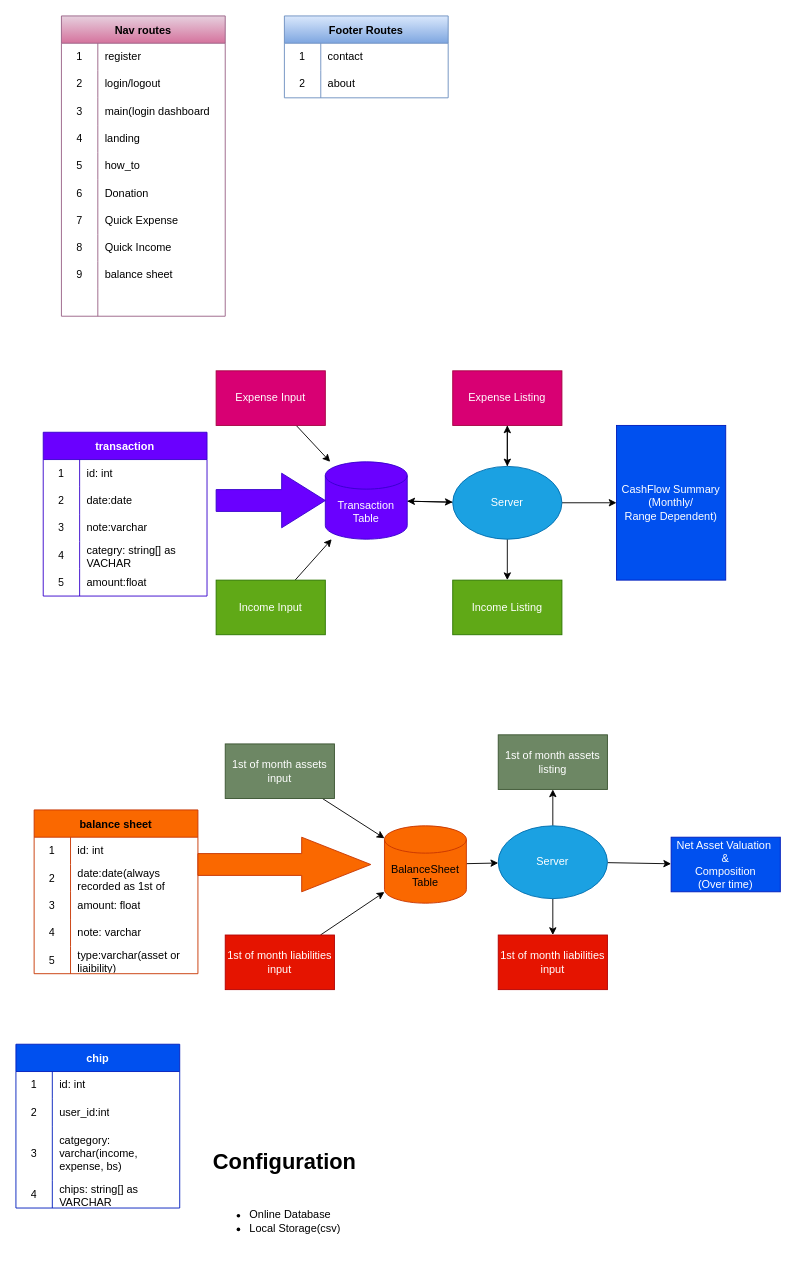
Earlier version of the draw.io diagram cashamole.drawio (drbenn/cashamole-v1-angular). Source tidied: cells renumbered, new cells numbered last; positions are measured from the earlier drawing's top-left corner, leaving out a move shared by most shapes. Both pictures are drawn from the tidied source at 91%, with x=0, y=0 at pixel (15, 15).
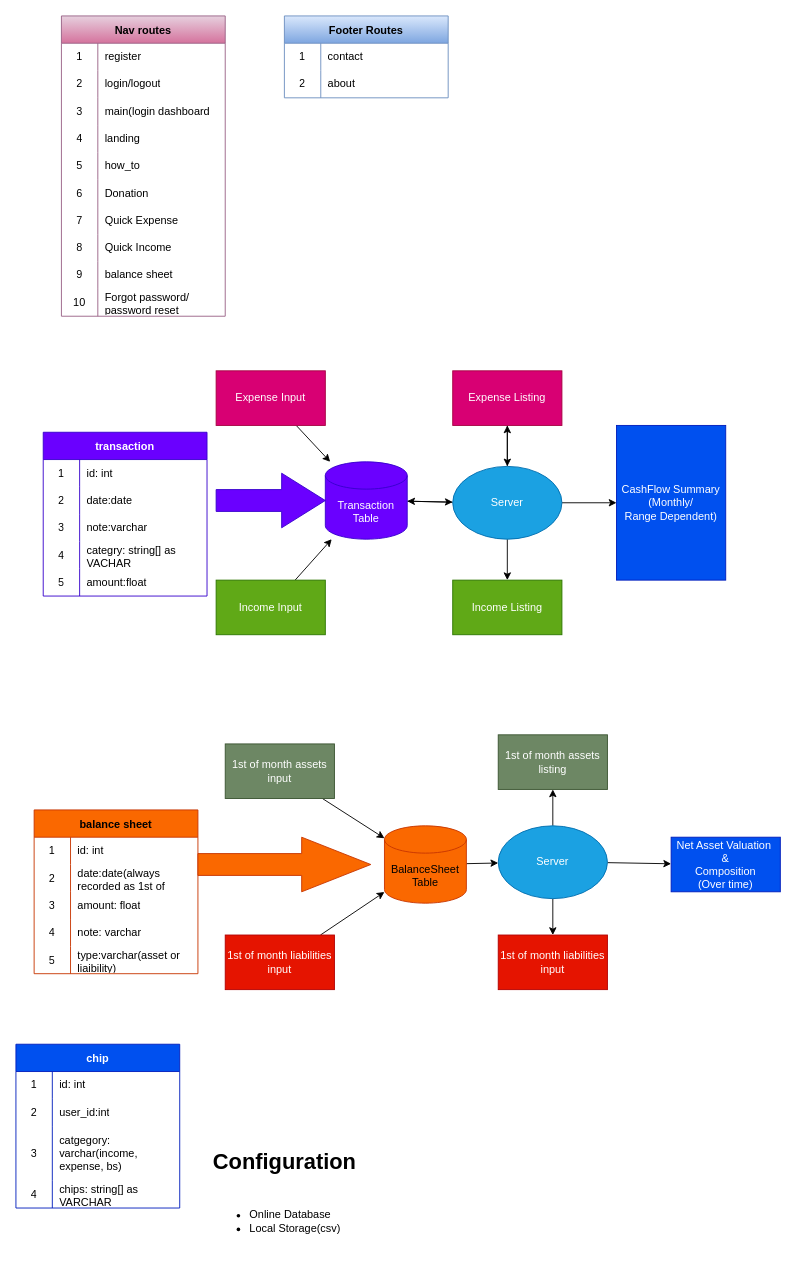
The same page after the edit.

Unchanged cells that the change refers to:
```xml
<mxCell id="107" style="shape=tableRow;horizontal=0;startSize=0;swimlaneHead=0;swimlaneBody=0;top=0;left=0;bottom=0;right=0;fillColor=none;" parent="79" vertex="1">
  <mxGeometry y="300" width="180" height="30" as="geometry" />
</mxCell>
```

Diff of the diagram source:
```diff
@@
-    <mxCell id="108" style="shape=partialRectangle;html=1;whiteSpace=wrap;fillColor=none;top=0;left=0;bottom=0;right=0;overflow=hidden;" parent="107" vertex="1">
+    <mxCell id="108" value="10" style="shape=partialRectangle;html=1;whiteSpace=wrap;fillColor=none;top=0;left=0;bottom=0;right=0;overflow=hidden;" parent="107" vertex="1">
       <mxGeometry width="40" height="30" as="geometry" />
     </mxCell>
-    <mxCell id="109" style="shape=partialRectangle;html=1;whiteSpace=wrap;fillColor=none;top=0;left=0;bottom=0;right=0;align=left;spacingLeft=6;overflow=hidden;" parent="107" vertex="1">
+    <mxCell id="109" value="Forgot password/&lt;br&gt;password reset" style="shape=partialRectangle;html=1;whiteSpace=wrap;fillColor=none;top=0;left=0;bottom=0;right=0;align=left;spacingLeft=6;overflow=hidden;" parent="107" vertex="1">
       <mxGeometry x="40" width="140" height="30" as="geometry" />
     </mxCell>
```
